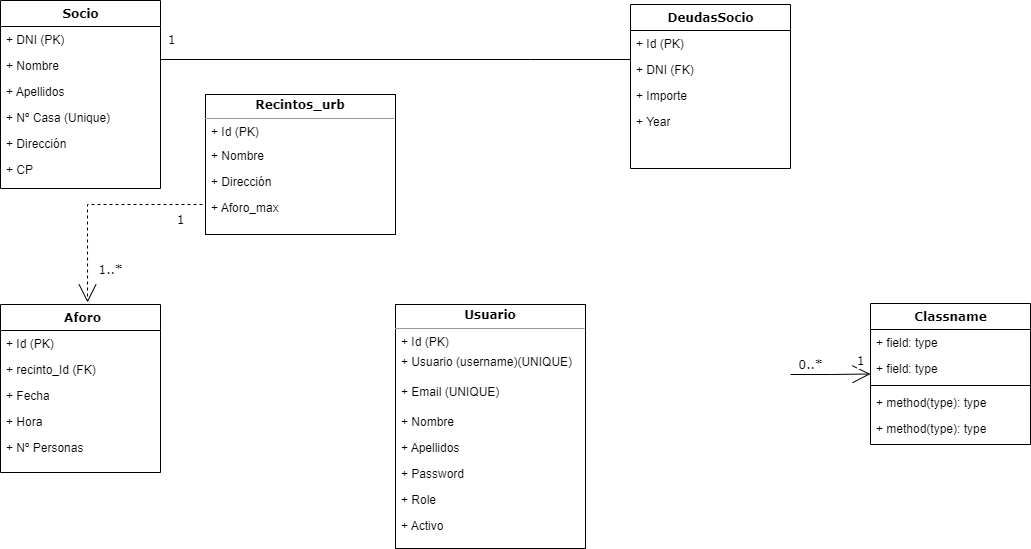
Earlier version of the draw.io export docs/esquemaBD.png (aguererom/cotomar). Source tidied: cells renumbered, new cells last; positions are measured from the earlier drawing's top-left corner, leaving out a move shared by most shapes. Source of this version:
```xml
<mxGraphModel>
  <root>
    <mxCell id="0" />
    <mxCell id="1" parent="0" />
    <mxCell id="2" style="edgeStyle=orthogonalEdgeStyle;rounded=0;html=1;dashed=1;labelBackgroundColor=none;startArrow=none;startFill=0;startSize=8;endArrow=open;endFill=0;endSize=16;fontFamily=Verdana;fontSize=12;exitX=0;exitY=0.5;exitDx=0;exitDy=0;entryX=0.544;entryY=-0.012;entryDx=0;entryDy=0;entryPerimeter=0;" parent="1" edge="1" source="36" target="3">
      <mxGeometry relative="1" as="geometry">
        <Array as="points">
          <mxPoint x="205" y="204" />
          <mxPoint x="87" y="204" />
        </Array>
      </mxGeometry>
    </mxCell>
    <mxCell id="3" value="&lt;p style=&quot;margin: 0px 0px 0px 4px;&quot;&gt;Aforo&lt;/p&gt;" style="swimlane;html=1;fontStyle=1;align=center;verticalAlign=top;horizontal=1;startSize=26;swimlaneFillColor=#ffffff;rounded=0;shadow=0;comic=0;labelBackgroundColor=none;strokeWidth=1;fillColor=none;fontFamily=Verdana;fontSize=12;" parent="1" vertex="1">
      <mxGeometry y="304" width="160" height="168" as="geometry" />
    </mxCell>
    <mxCell id="4" value="+ Id (PK)" style="text;html=1;strokeColor=none;fillColor=none;align=left;verticalAlign=top;spacingLeft=4;spacingRight=4;whiteSpace=wrap;overflow=hidden;" parent="3" vertex="1">
      <mxGeometry y="26" width="160" height="26" as="geometry" />
    </mxCell>
    <mxCell id="5" value="+ recinto_Id (FK)" style="text;html=1;strokeColor=none;fillColor=none;align=left;verticalAlign=top;spacingLeft=4;spacingRight=4;whiteSpace=wrap;overflow=hidden;" parent="3" vertex="1">
      <mxGeometry y="52" width="160" height="26" as="geometry" />
    </mxCell>
    <mxCell id="6" value="+ Fecha" style="text;html=1;strokeColor=none;fillColor=none;align=left;verticalAlign=top;spacingLeft=4;spacingRight=4;whiteSpace=wrap;overflow=hidden;" parent="3" vertex="1">
      <mxGeometry y="78" width="160" height="26" as="geometry" />
    </mxCell>
    <mxCell id="7" value="+ Hora" style="text;html=1;strokeColor=none;fillColor=none;align=left;verticalAlign=top;spacingLeft=4;spacingRight=4;whiteSpace=wrap;overflow=hidden;" parent="3" vertex="1">
      <mxGeometry y="104" width="160" height="26" as="geometry" />
    </mxCell>
    <mxCell id="8" value="+ Nº Personas" style="text;html=1;strokeColor=none;fillColor=none;align=left;verticalAlign=top;spacingLeft=4;spacingRight=4;whiteSpace=wrap;overflow=hidden;" parent="3" vertex="1">
      <mxGeometry y="130" width="160" height="26" as="geometry" />
    </mxCell>
    <mxCell id="9" value="Socio" style="swimlane;html=1;fontStyle=1;align=center;verticalAlign=top;horizontal=1;startSize=26;swimlaneFillColor=#ffffff;rounded=0;shadow=0;comic=0;labelBackgroundColor=none;strokeWidth=1;fillColor=none;fontFamily=Verdana;fontSize=12;" parent="1" vertex="1">
      <mxGeometry width="160" height="188" as="geometry" />
    </mxCell>
    <mxCell id="10" value="+ DNI (PK)" style="text;html=1;strokeColor=none;fillColor=none;align=left;verticalAlign=top;spacingLeft=4;spacingRight=4;whiteSpace=wrap;overflow=hidden;" parent="9" vertex="1">
      <mxGeometry y="26" width="160" height="26" as="geometry" />
    </mxCell>
    <mxCell id="11" value="+ Nombre" style="text;html=1;strokeColor=none;fillColor=none;align=left;verticalAlign=top;spacingLeft=4;spacingRight=4;whiteSpace=wrap;overflow=hidden;" parent="9" vertex="1">
      <mxGeometry y="52" width="160" height="26" as="geometry" />
    </mxCell>
    <mxCell id="12" value="+ Apellidos" style="text;html=1;strokeColor=none;fillColor=none;align=left;verticalAlign=top;spacingLeft=4;spacingRight=4;whiteSpace=wrap;overflow=hidden;" parent="9" vertex="1">
      <mxGeometry y="78" width="160" height="26" as="geometry" />
    </mxCell>
    <mxCell id="13" value="+ Nº Casa (Unique)" style="text;html=1;strokeColor=none;fillColor=none;align=left;verticalAlign=top;spacingLeft=4;spacingRight=4;whiteSpace=wrap;overflow=hidden;" parent="9" vertex="1">
      <mxGeometry y="104" width="160" height="26" as="geometry" />
    </mxCell>
    <mxCell id="14" value="+ Dirección" style="text;html=1;strokeColor=none;fillColor=none;align=left;verticalAlign=top;spacingLeft=4;spacingRight=4;whiteSpace=wrap;overflow=hidden;" parent="9" vertex="1">
      <mxGeometry y="130" width="160" height="26" as="geometry" />
    </mxCell>
    <mxCell id="15" value="+ CP" style="text;html=1;strokeColor=none;fillColor=none;align=left;verticalAlign=top;spacingLeft=4;spacingRight=4;whiteSpace=wrap;overflow=hidden;" parent="9" vertex="1">
      <mxGeometry y="156" width="160" height="26" as="geometry" />
    </mxCell>
    <mxCell id="16" style="edgeStyle=orthogonalEdgeStyle;rounded=0;html=1;labelBackgroundColor=none;startArrow=none;startFill=0;startSize=8;endArrow=none;endFill=0;endSize=16;fontFamily=Verdana;fontSize=12;" parent="1" edge="1" source="18" target="9">
      <mxGeometry relative="1" as="geometry">
        <Array as="points">
          <mxPoint x="530" y="59" />
          <mxPoint x="530" y="59" />
        </Array>
      </mxGeometry>
    </mxCell>
    <mxCell id="17" value="1" style="text;html=1;align=center;verticalAlign=middle;labelBackgroundColor=#ffffff;fontSize=12;fontFamily=Verdana;" parent="16" vertex="1">
      <mxGeometry x="0.89" y="-1" relative="1" as="geometry">
        <mxPoint x="-15" y="-19" as="offset" />
      </mxGeometry>
    </mxCell>
    <mxCell id="18" value="DeudasSocio" style="swimlane;html=1;fontStyle=1;align=center;verticalAlign=top;horizontal=1;startSize=26;swimlaneFillColor=#ffffff;rounded=0;shadow=0;comic=0;labelBackgroundColor=none;strokeWidth=1;fillColor=none;fontFamily=Verdana;fontSize=12;" parent="1" vertex="1">
      <mxGeometry x="630" y="4" width="160" height="164" as="geometry" />
    </mxCell>
    <mxCell id="19" value="+ Id (PK)" style="text;html=1;strokeColor=none;fillColor=none;align=left;verticalAlign=top;spacingLeft=4;spacingRight=4;whiteSpace=wrap;overflow=hidden;" parent="18" vertex="1">
      <mxGeometry y="26" width="160" height="26" as="geometry" />
    </mxCell>
    <mxCell id="20" value="+ DNI (FK)" style="text;html=1;strokeColor=none;fillColor=none;align=left;verticalAlign=top;spacingLeft=4;spacingRight=4;whiteSpace=wrap;overflow=hidden;" parent="18" vertex="1">
      <mxGeometry y="52" width="160" height="26" as="geometry" />
    </mxCell>
    <mxCell id="21" value="+ Importe" style="text;html=1;strokeColor=none;fillColor=none;align=left;verticalAlign=top;spacingLeft=4;spacingRight=4;whiteSpace=wrap;overflow=hidden;" parent="18" vertex="1">
      <mxGeometry y="78" width="160" height="26" as="geometry" />
    </mxCell>
    <mxCell id="22" value="+ Year" style="text;html=1;strokeColor=none;fillColor=none;align=left;verticalAlign=top;spacingLeft=4;spacingRight=4;whiteSpace=wrap;overflow=hidden;" parent="18" vertex="1">
      <mxGeometry y="104" width="160" height="26" as="geometry" />
    </mxCell>
    <mxCell id="23" style="edgeStyle=orthogonalEdgeStyle;rounded=0;html=1;labelBackgroundColor=none;startArrow=none;startFill=0;startSize=8;endArrow=open;endFill=0;endSize=16;fontFamily=Verdana;fontSize=12;" parent="1" edge="1" target="26">
      <mxGeometry relative="1" as="geometry">
        <mxPoint x="790" y="374" as="sourcePoint" />
      </mxGeometry>
    </mxCell>
    <mxCell id="24" value="0..*" style="text;html=1;align=center;verticalAlign=middle;labelBackgroundColor=#ffffff;fontSize=12;fontFamily=Verdana;" parent="23" vertex="1">
      <mxGeometry x="-0.79" relative="1" as="geometry">
        <mxPoint x="11" y="-10" as="offset" />
      </mxGeometry>
    </mxCell>
    <mxCell id="25" value="1" style="text;html=1;align=center;verticalAlign=middle;labelBackgroundColor=#ffffff;fontSize=12;fontFamily=Verdana;" parent="23" vertex="1">
      <mxGeometry x="0.7" y="1" relative="1" as="geometry">
        <mxPoint x="2" y="-12" as="offset" />
      </mxGeometry>
    </mxCell>
    <mxCell id="26" value="Classname" style="swimlane;html=1;fontStyle=1;align=center;verticalAlign=top;horizontal=1;startSize=26;swimlaneFillColor=#ffffff;rounded=0;shadow=0;comic=0;labelBackgroundColor=none;strokeWidth=1;fillColor=none;fontFamily=Verdana;fontSize=12;" parent="1" vertex="1">
      <mxGeometry x="870" y="303" width="160" height="141" as="geometry" />
    </mxCell>
    <mxCell id="27" value="+ field: type" style="text;html=1;strokeColor=none;fillColor=none;align=left;verticalAlign=top;spacingLeft=4;spacingRight=4;whiteSpace=wrap;overflow=hidden;" parent="26" vertex="1">
      <mxGeometry y="26" width="160" height="26" as="geometry" />
    </mxCell>
    <mxCell id="28" value="+ field: type" style="text;html=1;strokeColor=none;fillColor=none;align=left;verticalAlign=top;spacingLeft=4;spacingRight=4;whiteSpace=wrap;overflow=hidden;" parent="26" vertex="1">
      <mxGeometry y="52" width="160" height="26" as="geometry" />
    </mxCell>
    <mxCell id="29" style="line;html=1;strokeWidth=1;fillColor=none;align=left;verticalAlign=middle;spacingTop=-1;spacingLeft=3;spacingRight=3;labelPosition=right;" parent="26" vertex="1">
      <mxGeometry y="78" width="160" height="8" as="geometry" />
    </mxCell>
    <mxCell id="30" value="+ method(type): type" style="text;html=1;strokeColor=none;fillColor=none;align=left;verticalAlign=top;spacingLeft=4;spacingRight=4;whiteSpace=wrap;overflow=hidden;" parent="26" vertex="1">
      <mxGeometry y="86" width="160" height="26" as="geometry" />
    </mxCell>
    <mxCell id="31" value="+ method(type): type" style="text;html=1;strokeColor=none;fillColor=none;align=left;verticalAlign=top;spacingLeft=4;spacingRight=4;whiteSpace=wrap;overflow=hidden;" parent="26" vertex="1">
      <mxGeometry y="112" width="160" height="26" as="geometry" />
    </mxCell>
    <mxCell id="32" value="&lt;p style=&quot;margin:0px;margin-top:4px;text-align:center;&quot;&gt;&lt;span style=&quot;font-family: Verdana; font-weight: 700;&quot;&gt;Recintos_urb&lt;/span&gt;&lt;br&gt;&lt;/p&gt;&lt;hr size=&quot;1&quot;&gt;&lt;p style=&quot;margin:0px;margin-left:4px;&quot;&gt;&lt;br&gt;&lt;/p&gt;" style="verticalAlign=top;align=left;overflow=fill;fontSize=12;fontFamily=Helvetica;html=1;rounded=0;shadow=0;comic=0;labelBackgroundColor=none;strokeWidth=1;" parent="1" vertex="1">
      <mxGeometry x="205" y="94" width="190" height="140" as="geometry" />
    </mxCell>
    <mxCell id="33" value="+ Id (PK)" style="text;html=1;strokeColor=none;fillColor=none;align=left;verticalAlign=top;spacingLeft=4;spacingRight=4;whiteSpace=wrap;overflow=hidden;" parent="1" vertex="1">
      <mxGeometry x="205" y="118" width="160" height="26" as="geometry" />
    </mxCell>
    <mxCell id="34" value="+ Nombre" style="text;html=1;strokeColor=none;fillColor=none;align=left;verticalAlign=top;spacingLeft=4;spacingRight=4;whiteSpace=wrap;overflow=hidden;" parent="1" vertex="1">
      <mxGeometry x="205" y="142" width="160" height="26" as="geometry" />
    </mxCell>
    <mxCell id="35" value="+ Dirección" style="text;html=1;strokeColor=none;fillColor=none;align=left;verticalAlign=top;spacingLeft=4;spacingRight=4;whiteSpace=wrap;overflow=hidden;" parent="1" vertex="1">
      <mxGeometry x="205" y="168" width="160" height="26" as="geometry" />
    </mxCell>
    <mxCell id="36" value="+ Aforo_max" style="text;html=1;strokeColor=none;fillColor=none;align=left;verticalAlign=top;spacingLeft=4;spacingRight=4;whiteSpace=wrap;overflow=hidden;points=[[0,0.5],[1,0.5]];portConstraint=eastwest;" parent="1" vertex="1">
      <mxGeometry x="205" y="194" width="160" height="26" as="geometry" />
    </mxCell>
    <mxCell id="37" value="1" style="text;html=1;align=center;verticalAlign=middle;labelBackgroundColor=#ffffff;fontSize=12;fontFamily=Verdana;" parent="1" vertex="1">
      <mxGeometry x="175" y="38" as="geometry">
        <mxPoint x="4" y="181" as="offset" />
      </mxGeometry>
    </mxCell>
    <mxCell id="38" value="1..*" style="text;html=1;align=center;verticalAlign=middle;labelBackgroundColor=#ffffff;fontSize=12;fontFamily=Verdana;" parent="1" vertex="1">
      <mxGeometry x="625" y="48" as="geometry">
        <mxPoint x="-516" y="221" as="offset" />
      </mxGeometry>
    </mxCell>
    <mxCell id="39" value="&lt;p style=&quot;margin:0px;margin-top:4px;text-align:center;&quot;&gt;&lt;font face=&quot;Verdana&quot;&gt;&lt;b&gt;Usuario&lt;/b&gt;&lt;/font&gt;&lt;/p&gt;&lt;hr size=&quot;1&quot;&gt;&lt;p style=&quot;margin:0px;margin-left:4px;&quot;&gt;&lt;br&gt;&lt;/p&gt;" style="verticalAlign=top;align=left;overflow=fill;fontSize=12;fontFamily=Helvetica;html=1;rounded=0;shadow=0;comic=0;labelBackgroundColor=none;strokeWidth=1;" parent="1" vertex="1">
      <mxGeometry x="395" y="304" width="190" height="244" as="geometry" />
    </mxCell>
    <mxCell id="40" value="+ Id (PK)" style="text;html=1;strokeColor=none;fillColor=none;align=left;verticalAlign=top;spacingLeft=4;spacingRight=4;whiteSpace=wrap;overflow=hidden;" parent="1" vertex="1">
      <mxGeometry x="395" y="328" width="160" height="26" as="geometry" />
    </mxCell>
    <mxCell id="41" value="+ Usuario (username)(UNIQUE)" style="text;html=1;strokeColor=none;fillColor=none;align=left;verticalAlign=top;spacingLeft=4;spacingRight=4;whiteSpace=wrap;overflow=hidden;" parent="1" vertex="1">
      <mxGeometry x="395" y="348" width="190" height="30" as="geometry" />
    </mxCell>
    <mxCell id="42" value="+ Email (UNIQUE)" style="text;html=1;strokeColor=none;fillColor=none;align=left;verticalAlign=top;spacingLeft=4;spacingRight=4;whiteSpace=wrap;overflow=hidden;" parent="1" vertex="1">
      <mxGeometry x="395" y="378" width="190" height="30" as="geometry" />
    </mxCell>
    <mxCell id="43" value="+ Nombre" style="text;html=1;strokeColor=none;fillColor=none;align=left;verticalAlign=top;spacingLeft=4;spacingRight=4;whiteSpace=wrap;overflow=hidden;" parent="1" vertex="1">
      <mxGeometry x="395" y="408" width="160" height="26" as="geometry" />
    </mxCell>
    <mxCell id="44" value="+ Apellidos" style="text;html=1;strokeColor=none;fillColor=none;align=left;verticalAlign=top;spacingLeft=4;spacingRight=4;whiteSpace=wrap;overflow=hidden;" parent="1" vertex="1">
      <mxGeometry x="395" y="434" width="160" height="26" as="geometry" />
    </mxCell>
    <mxCell id="45" value="+ Password" style="text;html=1;strokeColor=none;fillColor=none;align=left;verticalAlign=top;spacingLeft=4;spacingRight=4;whiteSpace=wrap;overflow=hidden;" parent="1" vertex="1">
      <mxGeometry x="395" y="460" width="160" height="26" as="geometry" />
    </mxCell>
    <mxCell id="46" value="+ Role" style="text;html=1;strokeColor=none;fillColor=none;align=left;verticalAlign=top;spacingLeft=4;spacingRight=4;whiteSpace=wrap;overflow=hidden;" parent="1" vertex="1">
      <mxGeometry x="395" y="486" width="160" height="26" as="geometry" />
    </mxCell>
    <mxCell id="47" value="+ Activo" style="text;html=1;strokeColor=none;fillColor=none;align=left;verticalAlign=top;spacingLeft=4;spacingRight=4;whiteSpace=wrap;overflow=hidden;" parent="1" vertex="1">
      <mxGeometry x="395" y="512" width="160" height="26" as="geometry" />
    </mxCell>
  </root>
</mxGraphModel>
```
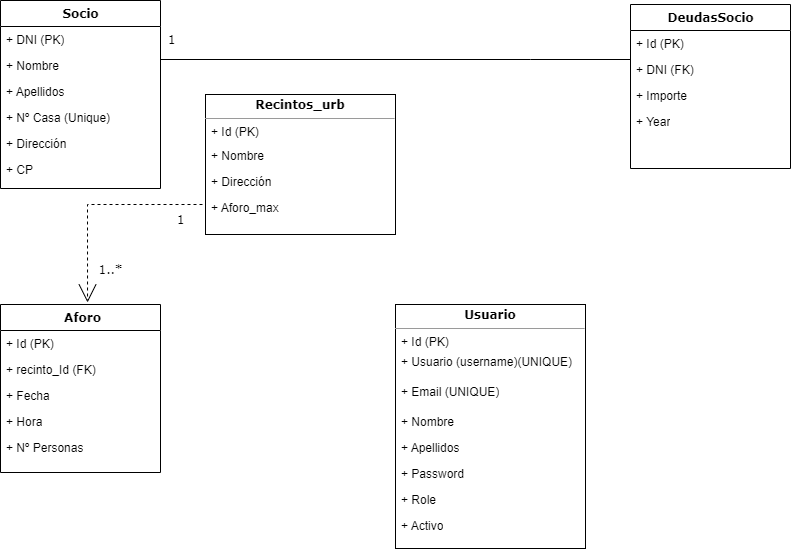
After the change.

What changed in the source:
```diff
@@ -77,39 +77,6 @@
     <mxCell id="22" value="+ Year" style="text;html=1;strokeColor=none;fillColor=none;align=left;verticalAlign=top;spacingLeft=4;spacingRight=4;whiteSpace=wrap;overflow=hidden;" parent="18" vertex="1">
       <mxGeometry y="104" width="160" height="26" as="geometry" />
     </mxCell>
-    <mxCell id="23" style="edgeStyle=orthogonalEdgeStyle;rounded=0;html=1;labelBackgroundColor=none;startArrow=none;startFill=0;startSize=8;endArrow=open;endFill=0;endSize=16;fontFamily=Verdana;fontSize=12;" parent="1" edge="1" target="26">
-      <mxGeometry relative="1" as="geometry">
-        <mxPoint x="790" y="374" as="sourcePoint" />
-      </mxGeometry>
-    </mxCell>
-    <mxCell id="24" value="0..*" style="text;html=1;align=center;verticalAlign=middle;labelBackgroundColor=#ffffff;fontSize=12;fontFamily=Verdana;" parent="23" vertex="1">
-      <mxGeometry x="-0.79" relative="1" as="geometry">
-        <mxPoint x="11" y="-10" as="offset" />
-      </mxGeometry>
-    </mxCell>
-    <mxCell id="25" value="1" style="text;html=1;align=center;verticalAlign=middle;labelBackgroundColor=#ffffff;fontSize=12;fontFamily=Verdana;" parent="23" vertex="1">
-      <mxGeometry x="0.7" y="1" relative="1" as="geometry">
-        <mxPoint x="2" y="-12" as="offset" />
-      </mxGeometry>
-    </mxCell>
-    <mxCell id="26" value="Classname" style="swimlane;html=1;fontStyle=1;align=center;verticalAlign=top;horizontal=1;startSize=26;swimlaneFillColor=#ffffff;rounded=0;shadow=0;comic=0;labelBackgroundColor=none;strokeWidth=1;fillColor=none;fontFamily=Verdana;fontSize=12;" parent="1" vertex="1">
-      <mxGeometry x="870" y="303" width="160" height="141" as="geometry" />
-    </mxCell>
-    <mxCell id="27" value="+ field: type" style="text;html=1;strokeColor=none;fillColor=none;align=left;verticalAlign=top;spacingLeft=4;spacingRight=4;whiteSpace=wrap;overflow=hidden;" parent="26" vertex="1">
-      <mxGeometry y="26" width="160" height="26" as="geometry" />
-    </mxCell>
-    <mxCell id="28" value="+ field: type" style="text;html=1;strokeColor=none;fillColor=none;align=left;verticalAlign=top;spacingLeft=4;spacingRight=4;whiteSpace=wrap;overflow=hidden;" parent="26" vertex="1">
-      <mxGeometry y="52" width="160" height="26" as="geometry" />
-    </mxCell>
-    <mxCell id="29" style="line;html=1;strokeWidth=1;fillColor=none;align=left;verticalAlign=middle;spacingTop=-1;spacingLeft=3;spacingRight=3;labelPosition=right;" parent="26" vertex="1">
-      <mxGeometry y="78" width="160" height="8" as="geometry" />
-    </mxCell>
-    <mxCell id="30" value="+ method(type): type" style="text;html=1;strokeColor=none;fillColor=none;align=left;verticalAlign=top;spacingLeft=4;spacingRight=4;whiteSpace=wrap;overflow=hidden;" parent="26" vertex="1">
-      <mxGeometry y="86" width="160" height="26" as="geometry" />
-    </mxCell>
-    <mxCell id="31" value="+ method(type): type" style="text;html=1;strokeColor=none;fillColor=none;align=left;verticalAlign=top;spacingLeft=4;spacingRight=4;whiteSpace=wrap;overflow=hidden;" parent="26" vertex="1">
-      <mxGeometry y="112" width="160" height="26" as="geometry" />
-    </mxCell>
     <mxCell id="32" value="&lt;p style=&quot;margin:0px;margin-top:4px;text-align:center;&quot;&gt;&lt;span style=&quot;font-family: Verdana; font-weight: 700;&quot;&gt;Recintos_urb&lt;/span&gt;&lt;br&gt;&lt;/p&gt;&lt;hr size=&quot;1&quot;&gt;&lt;p style=&quot;margin:0px;margin-left:4px;&quot;&gt;&lt;br&gt;&lt;/p&gt;" style="verticalAlign=top;align=left;overflow=fill;fontSize=12;fontFamily=Helvetica;html=1;rounded=0;shadow=0;comic=0;labelBackgroundColor=none;strokeWidth=1;" parent="1" vertex="1">
       <mxGeometry x="205" y="94" width="190" height="140" as="geometry" />
     </mxCell>
```
